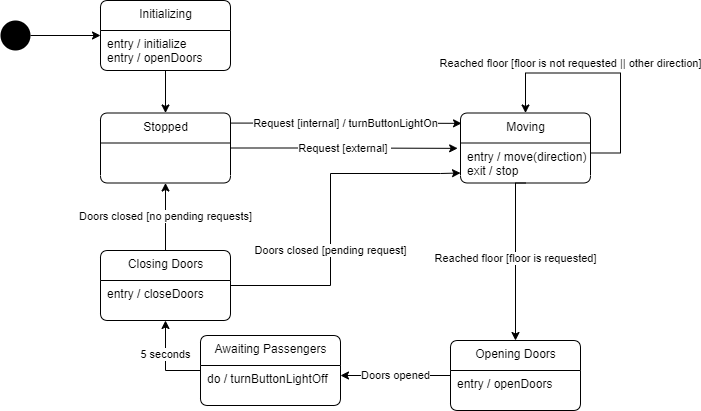
This is detalhado/elevator_state_machine.png from danilofuchs/TM4C1294_Elevator_Control, a draw.io export, as it was before one commit. Source tidied: cells renumbered, new cells last; positions are measured from the earlier drawing's top-left corner, leaving out a move shared by most shapes. Its diagram source:
```xml
<mxGraphModel background="#FFFFFF">
  <root>
    <mxCell id="0" />
    <mxCell id="1" parent="0" />
    <mxCell id="2" style="edgeStyle=orthogonalEdgeStyle;rounded=0;jettySize=auto;html=1;entryX=0;entryY=0.5;entryDx=0;entryDy=0;" parent="1" edge="1" source="3" target="20">
      <mxGeometry relative="1" as="geometry" />
    </mxCell>
    <mxCell id="3" style="ellipse;fillColor=#000000;strokeColor=none;" parent="1" vertex="1">
      <mxGeometry y="20" width="30" height="30" as="geometry" />
    </mxCell>
    <mxCell id="4" value="Reached floor [floor is requested]" style="edgeStyle=orthogonalEdgeStyle;rounded=0;jettySize=auto;html=1;entryX=0.5;entryY=0;entryDx=0;entryDy=0;exitX=0.5;exitY=1;exitDx=0;exitDy=0;" parent="1" edge="1" source="9" target="15">
      <mxGeometry x="0.01" relative="1" as="geometry">
        <Array as="points">
          <mxPoint x="515" y="183" />
        </Array>
      </mxGeometry>
    </mxCell>
    <mxCell id="5" value="Request [internal] / turnButtonLightOn" style="edgeStyle=orthogonalEdgeStyle;rounded=0;jettySize=auto;html=1;entryX=0.008;entryY=0.148;entryDx=0;entryDy=0;exitX=0.997;exitY=0.144;exitDx=0;exitDy=0;exitPerimeter=0;entryPerimeter=0;" parent="1" edge="1" source="6" target="7">
      <mxGeometry relative="1" as="geometry" />
    </mxCell>
    <mxCell id="6" value="Stopped" style="swimlane;fontStyle=0;align=center;verticalAlign=top;horizontal=1;startSize=30;html=1;rounded=1;absoluteArcSize=1;arcSize=15;glass=0;backgroundOutline=0;" parent="1" vertex="1">
      <mxGeometry x="100" y="112.5" width="130" height="70" as="geometry" />
    </mxCell>
    <mxCell id="7" value="Moving" style="swimlane;fontStyle=0;align=center;verticalAlign=top;horizontal=1;startSize=30;html=1;rounded=1;absoluteArcSize=1;arcSize=15;glass=0;backgroundOutline=0;" parent="1" vertex="1">
      <mxGeometry x="460" y="112.5" width="130" height="70" as="geometry" />
    </mxCell>
    <mxCell id="8" value="Reached floor [floor is not requested || other direction]" style="edgeStyle=orthogonalEdgeStyle;rounded=0;jettySize=auto;html=1;entryX=0.5;entryY=0;entryDx=0;entryDy=0;" parent="7" edge="1" source="9" target="7">
      <mxGeometry x="0.31" y="-10" relative="1" as="geometry">
        <Array as="points">
          <mxPoint x="160" y="40" />
          <mxPoint x="160" y="-40" />
          <mxPoint x="65" y="-40" />
        </Array>
      </mxGeometry>
    </mxCell>
    <mxCell id="9" value="entry / move(direction)&#10;exit / stop" style="fillColor=none;strokeColor=none;align=left;verticalAlign=middle;spacingLeft=5;" parent="7" vertex="1">
      <mxGeometry y="30" width="130" height="40" as="geometry" />
    </mxCell>
    <mxCell id="10" value="Doors closed [no pending requests]" style="edgeStyle=orthogonalEdgeStyle;rounded=0;jettySize=auto;html=1;entryX=0.5;entryY=1;entryDx=0;entryDy=0;" parent="1" edge="1" source="12">
      <mxGeometry relative="1" as="geometry">
        <mxPoint x="165" y="182.5" as="targetPoint" />
      </mxGeometry>
    </mxCell>
    <mxCell id="11" value="Doors closed [pending request]" style="edgeStyle=orthogonalEdgeStyle;rounded=0;jettySize=auto;html=1;entryX=0;entryY=0.75;entryDx=0;entryDy=0;" parent="1" edge="1" source="12" target="9">
      <mxGeometry x="-0.21" relative="1" as="geometry">
        <Array as="points">
          <mxPoint x="330" y="285" />
          <mxPoint x="330" y="173" />
          <mxPoint x="440" y="173" />
        </Array>
      </mxGeometry>
    </mxCell>
    <mxCell id="12" value="Closing Doors" style="swimlane;fontStyle=0;align=center;verticalAlign=top;horizontal=1;startSize=30;html=1;rounded=1;absoluteArcSize=1;arcSize=15;glass=0;backgroundOutline=0;" parent="1" vertex="1">
      <mxGeometry x="100" y="250" width="130" height="70" as="geometry" />
    </mxCell>
    <mxCell id="13" value="entry / closeDoors&#10;" style="fillColor=none;strokeColor=none;align=left;verticalAlign=middle;spacingLeft=5;" parent="12" vertex="1">
      <mxGeometry y="30" width="130" height="40" as="geometry" />
    </mxCell>
    <mxCell id="14" value="Doors opened" style="edgeStyle=orthogonalEdgeStyle;rounded=0;jettySize=auto;html=1;entryX=1;entryY=0.25;entryDx=0;entryDy=0;" parent="1" edge="1" source="15" target="19">
      <mxGeometry relative="1" as="geometry" />
    </mxCell>
    <mxCell id="15" value="Opening Doors" style="swimlane;fontStyle=0;align=center;verticalAlign=top;horizontal=1;startSize=30;html=1;rounded=1;absoluteArcSize=1;arcSize=15;glass=0;backgroundOutline=0;" parent="1" vertex="1">
      <mxGeometry x="450" y="340" width="130" height="70" as="geometry" />
    </mxCell>
    <mxCell id="16" value="entry / openDoors&#10;" style="fillColor=none;strokeColor=none;align=left;verticalAlign=middle;spacingLeft=5;" parent="15" vertex="1">
      <mxGeometry y="30" width="130" height="40" as="geometry" />
    </mxCell>
    <mxCell id="17" value="5 seconds" style="edgeStyle=orthogonalEdgeStyle;rounded=0;jettySize=auto;html=1;entryX=0.5;entryY=1;entryDx=0;entryDy=0;" parent="1" edge="1" source="18" target="13">
      <mxGeometry x="0.2" relative="1" as="geometry">
        <Array as="points">
          <mxPoint x="165" y="370" />
        </Array>
      </mxGeometry>
    </mxCell>
    <mxCell id="18" value="Awaiting Passengers" style="swimlane;fontStyle=0;align=center;verticalAlign=top;horizontal=1;startSize=30;html=1;rounded=1;absoluteArcSize=1;arcSize=15;glass=0;backgroundOutline=0;" parent="1" vertex="1">
      <mxGeometry x="200" y="335" width="140" height="70" as="geometry" />
    </mxCell>
    <mxCell id="19" value="do / turnButtonLightOff&#10;" style="fillColor=none;strokeColor=none;align=left;verticalAlign=middle;spacingLeft=5;" parent="18" vertex="1">
      <mxGeometry y="30" width="140" height="40" as="geometry" />
    </mxCell>
    <mxCell id="20" value="Initializing" style="swimlane;fontStyle=0;align=center;verticalAlign=top;horizontal=1;startSize=30;html=1;rounded=1;absoluteArcSize=1;arcSize=15;glass=0;backgroundOutline=0;" parent="1" vertex="1">
      <mxGeometry x="100" width="130" height="70" as="geometry" />
    </mxCell>
    <mxCell id="21" value="entry / initialize&#10;entry / openDoors" style="fillColor=none;strokeColor=none;align=left;verticalAlign=middle;spacingLeft=5;" parent="20" vertex="1">
      <mxGeometry y="30" width="130" height="40" as="geometry" />
    </mxCell>
    <mxCell id="22" style="edgeStyle=orthogonalEdgeStyle;rounded=0;jettySize=auto;html=1;entryX=0.5;entryY=0;entryDx=0;entryDy=0;" parent="1" edge="1" source="21" target="6">
      <mxGeometry relative="1" as="geometry" />
    </mxCell>
    <mxCell id="23" value="Request [external]&amp;nbsp;" style="edgeStyle=orthogonalEdgeStyle;rounded=0;jettySize=auto;html=1;entryX=-0.022;entryY=0.134;entryDx=0;entryDy=0;exitX=1;exitY=0.5;exitDx=0;exitDy=0;entryPerimeter=0;" parent="1" edge="1" source="6" target="9">
      <mxGeometry relative="1" as="geometry" />
    </mxCell>
  </root>
</mxGraphModel>
```
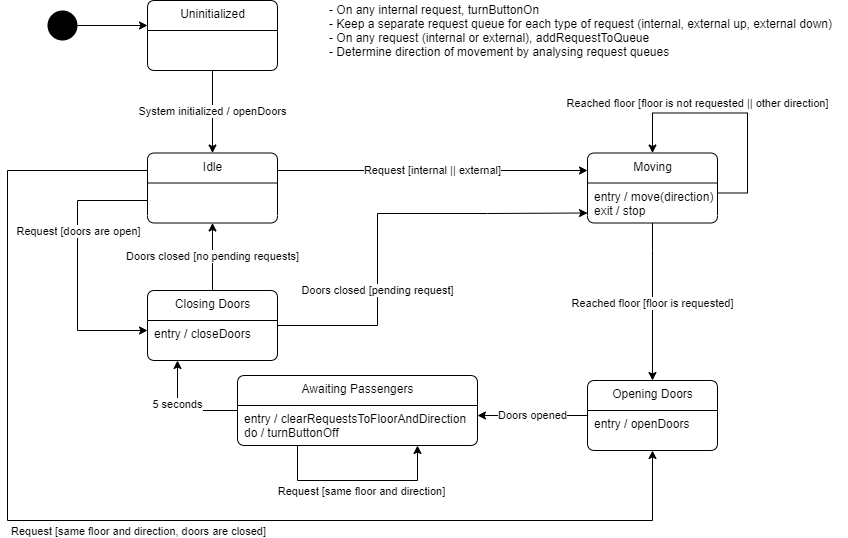
Later version of the same file.

Commit message:
docs: Improve elevator state machine

Diff of the diagram source:
```diff
@@ -2,27 +2,57 @@
   <root>
     <mxCell id="0" />
     <mxCell id="1" parent="0" />
-    <mxCell id="2" style="edgeStyle=orthogonalEdgeStyle;rounded=0;jettySize=auto;html=1;entryX=0;entryY=0.5;entryDx=0;entryDy=0;" parent="1" edge="1" source="3" target="20">
-      <mxGeometry relative="1" as="geometry" />
+    <mxCell id="2" style="edgeStyle=orthogonalEdgeStyle;rounded=0;jettySize=auto;html=1;entryX=0;entryY=0.5;entryDx=0;entryDy=0;" parent="1" edge="1" source="3">
+      <mxGeometry relative="1" as="geometry">
+        <mxPoint x="100" y="-15" as="targetPoint" />
+      </mxGeometry>
     </mxCell>
     <mxCell id="3" style="ellipse;fillColor=#000000;strokeColor=none;" parent="1" vertex="1">
-      <mxGeometry y="20" width="30" height="30" as="geometry" />
+      <mxGeometry y="-30" width="30" height="30" as="geometry" />
     </mxCell>
     <mxCell id="4" value="Reached floor [floor is requested]" style="edgeStyle=orthogonalEdgeStyle;rounded=0;jettySize=auto;html=1;entryX=0.5;entryY=0;entryDx=0;entryDy=0;exitX=0.5;exitY=1;exitDx=0;exitDy=0;" parent="1" edge="1" source="9" target="15">
       <mxGeometry x="0.01" relative="1" as="geometry">
         <Array as="points">
-          <mxPoint x="515" y="183" />
+          <mxPoint x="605" y="210" />
+          <mxPoint x="605" y="210" />
         </Array>
       </mxGeometry>
     </mxCell>
-    <mxCell id="5" value="Request [internal] / turnButtonLightOn" style="edgeStyle=orthogonalEdgeStyle;rounded=0;jettySize=auto;html=1;entryX=0.008;entryY=0.148;entryDx=0;entryDy=0;exitX=0.997;exitY=0.144;exitDx=0;exitDy=0;exitPerimeter=0;entryPerimeter=0;" parent="1" edge="1" source="6" target="7">
+    <mxCell id="5" value="Request [internal || external]" style="edgeStyle=orthogonalEdgeStyle;rounded=0;jettySize=auto;html=1;entryX=0;entryY=0.25;entryDx=0;entryDy=0;exitX=1;exitY=0.25;exitDx=0;exitDy=0;" parent="1" edge="1" source="6" target="7">
       <mxGeometry relative="1" as="geometry" />
     </mxCell>
+    <mxCell id="24" style="edgeStyle=orthogonalEdgeStyle;rounded=0;jettySize=auto;html=1;entryX=0;entryY=0.25;entryDx=0;entryDy=0;" parent="1" edge="1" source="6" target="13">
+      <mxGeometry relative="1" as="geometry">
+        <Array as="points">
+          <mxPoint x="30" y="160" />
+          <mxPoint x="30" y="290" />
+        </Array>
+      </mxGeometry>
+    </mxCell>
+    <mxCell id="25" value="Request [doors are open]" style="edgeLabel;html=1;align=center;verticalAlign=middle;" parent="24" vertex="1">
+      <mxGeometry x="-0.15" y="1" relative="1" as="geometry">
+        <mxPoint x="-1" y="-15" as="offset" />
+      </mxGeometry>
+    </mxCell>
+    <mxCell id="26" style="edgeStyle=orthogonalEdgeStyle;rounded=0;jettySize=auto;html=1;entryX=0.5;entryY=1;entryDx=0;entryDy=0;" parent="1" edge="1" source="6" target="16">
+      <mxGeometry relative="1" as="geometry">
+        <Array as="points">
+          <mxPoint x="-40" y="130" />
+          <mxPoint x="-40" y="480" />
+          <mxPoint x="605" y="480" />
+        </Array>
+      </mxGeometry>
+    </mxCell>
+    <mxCell id="27" value="Request [same floor and direction, doors are closed]" style="edgeLabel;html=1;align=center;verticalAlign=middle;" parent="26" vertex="1">
+      <mxGeometry x="-0.39" y="2" relative="1" as="geometry">
+        <mxPoint x="128" y="134" as="offset" />
+      </mxGeometry>
+    </mxCell>
-    <mxCell id="6" value="Stopped" style="swimlane;fontStyle=0;align=center;verticalAlign=top;horizontal=1;startSize=30;html=1;rounded=1;absoluteArcSize=1;arcSize=15;glass=0;backgroundOutline=0;" parent="1" vertex="1">
+    <mxCell id="6" value="Idle" style="swimlane;fontStyle=0;align=center;verticalAlign=top;horizontal=1;startSize=30;html=1;rounded=1;absoluteArcSize=1;arcSize=15;glass=0;backgroundOutline=0;" parent="1" vertex="1">
       <mxGeometry x="100" y="112.5" width="130" height="70" as="geometry" />
     </mxCell>
     <mxCell id="7" value="Moving" style="swimlane;fontStyle=0;align=center;verticalAlign=top;horizontal=1;startSize=30;html=1;rounded=1;absoluteArcSize=1;arcSize=15;glass=0;backgroundOutline=0;" parent="1" vertex="1">
-      <mxGeometry x="460" y="112.5" width="130" height="70" as="geometry" />
+      <mxGeometry x="540" y="112.5" width="130" height="70" as="geometry" />
     </mxCell>
     <mxCell id="8" value="Reached floor [floor is not requested || other direction]" style="edgeStyle=orthogonalEdgeStyle;rounded=0;jettySize=auto;html=1;entryX=0.5;entryY=0;entryDx=0;entryDy=0;" parent="7" edge="1" source="9" target="7">
       <mxGeometry x="0.31" y="-10" relative="1" as="geometry">
@@ -42,7 +72,7 @@
       </mxGeometry>
     </mxCell>
     <mxCell id="11" value="Doors closed [pending request]" style="edgeStyle=orthogonalEdgeStyle;rounded=0;jettySize=auto;html=1;entryX=0;entryY=0.75;entryDx=0;entryDy=0;" parent="1" edge="1" source="12" target="9">
-      <mxGeometry x="-0.21" relative="1" as="geometry">
+      <mxGeometry x="-0.36" relative="1" as="geometry">
         <Array as="points">
           <mxPoint x="330" y="285" />
           <mxPoint x="330" y="173" />
@@ -60,35 +90,49 @@
       <mxGeometry relative="1" as="geometry" />
     </mxCell>
     <mxCell id="15" value="Opening Doors" style="swimlane;fontStyle=0;align=center;verticalAlign=top;horizontal=1;startSize=30;html=1;rounded=1;absoluteArcSize=1;arcSize=15;glass=0;backgroundOutline=0;" parent="1" vertex="1">
-      <mxGeometry x="450" y="340" width="130" height="70" as="geometry" />
+      <mxGeometry x="540" y="340" width="130" height="70" as="geometry" />
     </mxCell>
     <mxCell id="16" value="entry / openDoors&#10;" style="fillColor=none;strokeColor=none;align=left;verticalAlign=middle;spacingLeft=5;" parent="15" vertex="1">
       <mxGeometry y="30" width="130" height="40" as="geometry" />
     </mxCell>
-    <mxCell id="17" value="5 seconds" style="edgeStyle=orthogonalEdgeStyle;rounded=0;jettySize=auto;html=1;entryX=0.5;entryY=1;entryDx=0;entryDy=0;" parent="1" edge="1" source="18" target="13">
+    <mxCell id="17" value="5 seconds" style="edgeStyle=orthogonalEdgeStyle;rounded=0;jettySize=auto;html=1;" parent="1" edge="1" source="18">
       <mxGeometry x="0.2" relative="1" as="geometry">
+        <mxPoint x="130" y="320" as="targetPoint" />
         <Array as="points">
-          <mxPoint x="165" y="370" />
+          <mxPoint x="130" y="370" />
+          <mxPoint x="130" y="320" />
         </Array>
       </mxGeometry>
     </mxCell>
     <mxCell id="18" value="Awaiting Passengers" style="swimlane;fontStyle=0;align=center;verticalAlign=top;horizontal=1;startSize=30;html=1;rounded=1;absoluteArcSize=1;arcSize=15;glass=0;backgroundOutline=0;" parent="1" vertex="1">
-      <mxGeometry x="200" y="335" width="140" height="70" as="geometry" />
+      <mxGeometry x="190" y="335" width="240" height="70" as="geometry" />
     </mxCell>
-    <mxCell id="19" value="do / turnButtonLightOff&#10;" style="fillColor=none;strokeColor=none;align=left;verticalAlign=middle;spacingLeft=5;" parent="18" vertex="1">
-      <mxGeometry y="30" width="140" height="40" as="geometry" />
+    <mxCell id="19" value="entry / clearRequestsToFloorAndDirection&#10;do / turnButtonOff" style="fillColor=none;strokeColor=none;align=left;verticalAlign=middle;spacingLeft=5;" parent="18" vertex="1">
+      <mxGeometry y="30" width="240" height="40" as="geometry" />
     </mxCell>
-    <mxCell id="20" value="Initializing" style="swimlane;fontStyle=0;align=center;verticalAlign=top;horizontal=1;startSize=30;html=1;rounded=1;absoluteArcSize=1;arcSize=15;glass=0;backgroundOutline=0;" parent="1" vertex="1">
-      <mxGeometry x="100" width="130" height="70" as="geometry" />
-    </mxCell>
-    <mxCell id="21" value="entry / initialize&#10;entry / openDoors" style="fillColor=none;strokeColor=none;align=left;verticalAlign=middle;spacingLeft=5;" parent="20" vertex="1">
-      <mxGeometry y="30" width="130" height="40" as="geometry" />
-    </mxCell>
-    <mxCell id="22" style="edgeStyle=orthogonalEdgeStyle;rounded=0;jettySize=auto;html=1;entryX=0.5;entryY=0;entryDx=0;entryDy=0;" parent="1" edge="1" source="21" target="6">
-      <mxGeometry relative="1" as="geometry" />
-    </mxCell>
-    <mxCell id="23" value="Request [external]&amp;nbsp;" style="edgeStyle=orthogonalEdgeStyle;rounded=0;jettySize=auto;html=1;entryX=-0.022;entryY=0.134;entryDx=0;entryDy=0;exitX=1;exitY=0.5;exitDx=0;exitDy=0;entryPerimeter=0;" parent="1" edge="1" source="6" target="9">
-      <mxGeometry relative="1" as="geometry" />
-    </mxCell>
+    <mxCell id="28" style="edgeStyle=orthogonalEdgeStyle;rounded=0;jettySize=auto;html=1;entryX=0.75;entryY=1;entryDx=0;entryDy=0;exitX=0.25;exitY=1;exitDx=0;exitDy=0;" parent="18" edge="1" source="19" target="18">
+      <mxGeometry relative="1" as="geometry">
+        <Array as="points">
+          <mxPoint x="60" y="105" />
+          <mxPoint x="180" y="105" />
+        </Array>
+      </mxGeometry>
+    </mxCell>
+    <mxCell id="29" value="Request [same floor and direction]" style="edgeLabel;html=1;align=center;verticalAlign=middle;" parent="28" vertex="1">
+      <mxGeometry x="0.12" y="-2" relative="1" as="geometry">
+        <mxPoint x="-8" y="8" as="offset" />
+      </mxGeometry>
+    </mxCell>
+    <mxCell id="30" value="Uninitialized" style="swimlane;fontStyle=0;align=center;verticalAlign=top;horizontal=1;startSize=30;html=1;rounded=1;absoluteArcSize=1;arcSize=15;glass=0;backgroundOutline=0;" parent="1" vertex="1">
+      <mxGeometry x="100" y="-40" width="130" height="70" as="geometry" />
+    </mxCell>
+    <mxCell id="31" value="System initialized / openDoors" style="edgeStyle=orthogonalEdgeStyle;rounded=0;jettySize=auto;html=1;entryX=0.5;entryY=0;entryDx=0;entryDy=0;" parent="1" edge="1" target="6">
+      <mxGeometry relative="1" as="geometry">
+        <mxPoint x="165" y="30" as="sourcePoint" />
+      </mxGeometry>
+    </mxCell>
+    <mxCell id="32" value="- On any internal&amp;nbsp;request, turnButtonOn&lt;br&gt;- Keep a separate request queue for each type of request (internal, external up, external down)&lt;br&gt;- On any request (internal or external), addRequestToQueue&lt;br&gt;&lt;div&gt;&lt;span&gt;- Determine direction of movement by analysing request queues&lt;/span&gt;&lt;/div&gt;" style="text;html=1;align=left;verticalAlign=middle;strokeColor=none;" parent="1" vertex="1">
+      <mxGeometry x="280" y="-40" width="520" height="60" as="geometry" />
+    </mxCell>
   </root>
 </mxGraphModel>
```
